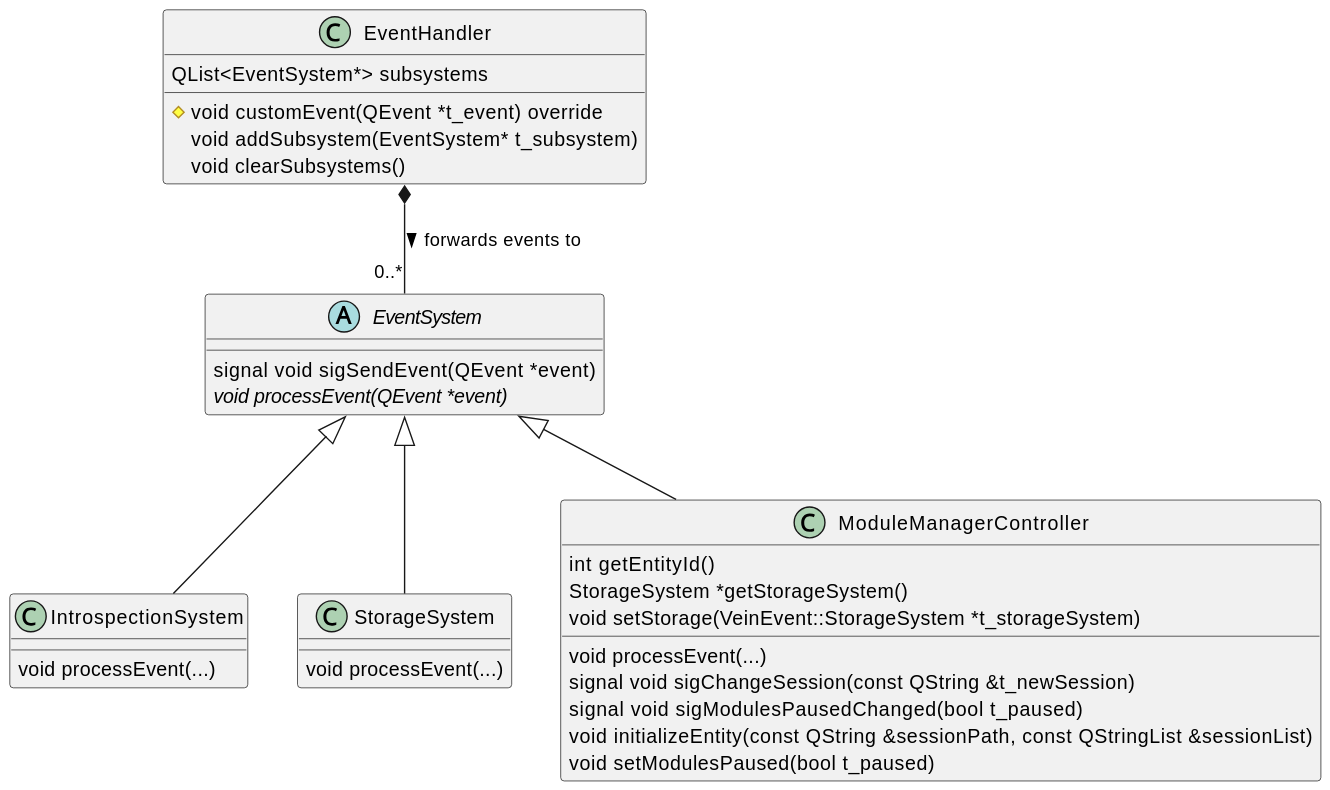
Above: framework/doc/class-diagram-event-systems.svg in ZeraGmbH/vein-framework (PlantUML), before the change.
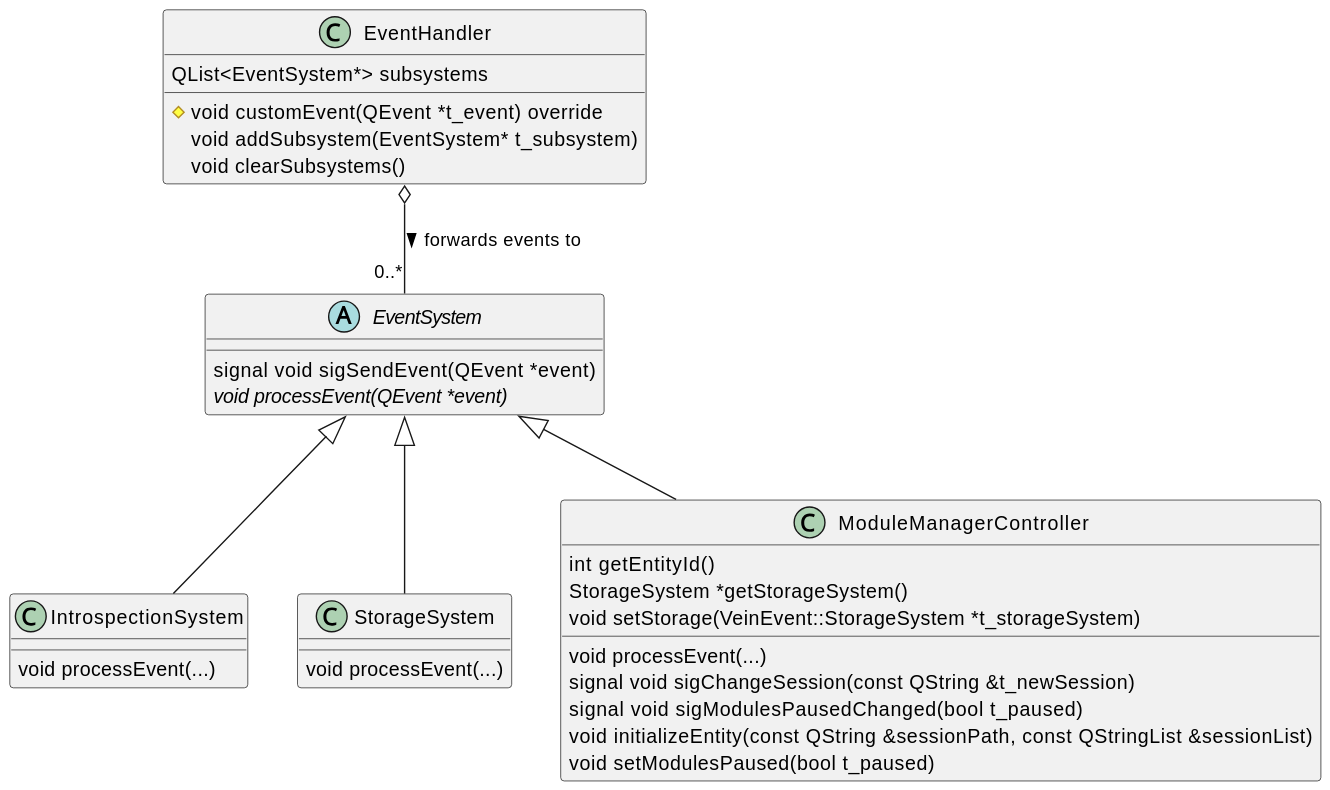
Above is the later version.

Commit message:
class-diagram-event-systems: Fix association type

Diff of the diagram source:
```diff
@@ -31,7 +31,7 @@
     void setModulesPaused(bool t_paused)
 }
 
-EventHandler *-- "0..*" EventSystem : forwards events to >
+EventHandler o-- "0..*" EventSystem : forwards events to >
 
 
 EventSystem <|-- IntrospectionSystem
```
